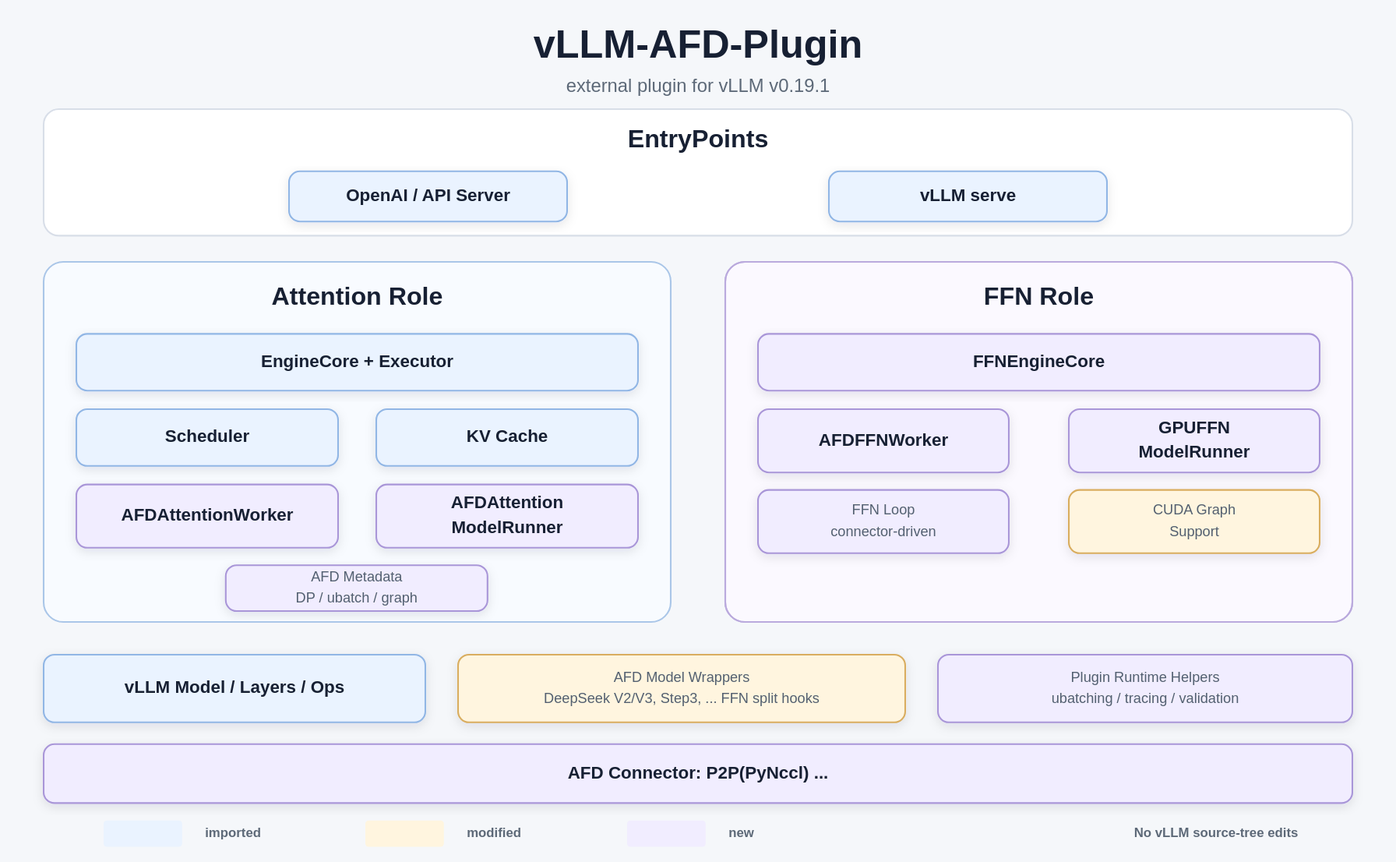
Above: docs/assets/vllm-afd-plugin-architecture.svg in JiusiServe/afd-plugin (draw.io), before the change. Source tidied: cells renumbered, new cells last; positions are measured from the earlier drawing's top-left corner, leaving out a move shared by most shapes.
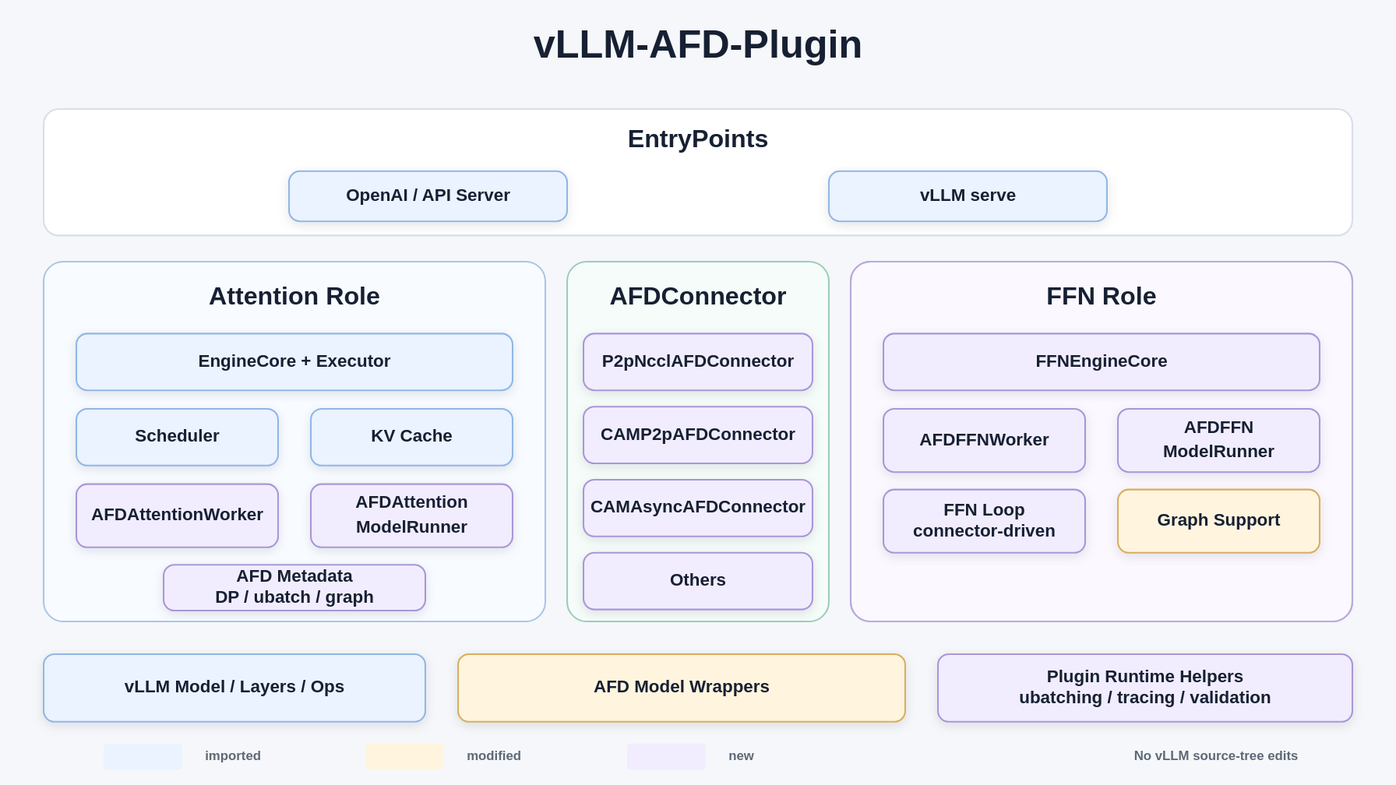
After the commit.

Commit message:
Refresh blog architecture diagram

Change to the diagram source:
```diff
@@ -3,14 +3,11 @@
     <mxCell id="0" />
     <mxCell id="1" parent="0" />
     <mxCell id="2" style="rounded=0;whiteSpace=wrap;html=1;fillColor=#f5f7fa;strokeColor=none;" parent="1" vertex="1">
-      <mxGeometry width="1280" height="790" as="geometry" />
+      <mxGeometry width="1280" height="720" as="geometry" />
     </mxCell>
     <mxCell id="3" value="vLLM-AFD-Plugin" style="text;html=1;strokeColor=none;fillColor=none;align=center;verticalAlign=middle;fontSize=36;fontStyle=1;fontColor=#172033;" parent="1" vertex="1">
       <mxGeometry x="390" y="16" width="500" height="48" as="geometry" />
     </mxCell>
-    <mxCell id="4" value="external plugin for vLLM v0.19.1" style="text;html=1;strokeColor=none;fillColor=none;align=center;verticalAlign=middle;fontSize=17;fontStyle=0;fontColor=#5d6978;" parent="1" vertex="1">
-      <mxGeometry x="390" y="66" width="500" height="24" as="geometry" />
-    </mxCell>
     <mxCell id="5" style="rounded=1;arcSize=12;whiteSpace=wrap;html=1;fillColor=#ffffff;strokeColor=#d8dee8;strokeWidth=1.5;" parent="1" vertex="1">
       <mxGeometry x="40" y="100" width="1200" height="116" as="geometry" />
     </mxCell>
@@ -24,85 +21,100 @@
       <mxGeometry x="760" y="157" width="255" height="46" as="geometry" />
     </mxCell>
     <mxCell id="9" style="rounded=1;arcSize=12;whiteSpace=wrap;html=1;fillColor=#f8fbff;strokeColor=#aac6e8;strokeWidth=1.5;" parent="1" vertex="1">
-      <mxGeometry x="40" y="240" width="575" height="330" as="geometry" />
+      <mxGeometry x="40" y="240" width="460" height="330" as="geometry" />
     </mxCell>
     <mxCell id="10" value="Attention Role" style="text;html=1;strokeColor=none;fillColor=none;align=center;verticalAlign=middle;fontSize=23;fontStyle=1;fontColor=#172033;" parent="1" vertex="1">
-      <mxGeometry x="205" y="252" width="245" height="40" as="geometry" />
+      <mxGeometry x="148" y="252" width="245" height="40" as="geometry" />
     </mxCell>
     <mxCell id="11" value="EngineCore + Executor" style="rounded=1;arcSize=10;whiteSpace=wrap;html=1;fillColor=#eaf3ff;strokeColor=#91b6e5;strokeWidth=1.5;fontSize=16;fontStyle=1;fontColor=#172033;align=center;verticalAlign=middle;" parent="1" vertex="1">
-      <mxGeometry x="70" y="306" width="515" height="52" as="geometry" />
+      <mxGeometry x="70" y="306" width="400" height="52" as="geometry" />
     </mxCell>
     <mxCell id="12" value="Scheduler" style="rounded=1;arcSize=10;whiteSpace=wrap;html=1;fillColor=#eaf3ff;strokeColor=#91b6e5;strokeWidth=1.5;fontSize=16;fontStyle=1;fontColor=#172033;align=center;verticalAlign=middle;" parent="1" vertex="1">
-      <mxGeometry x="70" y="375" width="240" height="52" as="geometry" />
+      <mxGeometry x="70" y="375" width="185" height="52" as="geometry" />
     </mxCell>
     <mxCell id="13" value="KV Cache" style="rounded=1;arcSize=10;whiteSpace=wrap;html=1;fillColor=#eaf3ff;strokeColor=#91b6e5;strokeWidth=1.5;fontSize=16;fontStyle=1;fontColor=#172033;align=center;verticalAlign=middle;" parent="1" vertex="1">
-      <mxGeometry x="345" y="375" width="240" height="52" as="geometry" />
+      <mxGeometry x="285" y="375" width="185" height="52" as="geometry" />
     </mxCell>
     <mxCell id="14" value="AFDAttentionWorker" style="rounded=1;arcSize=10;whiteSpace=wrap;html=1;fillColor=#f1edff;strokeColor=#a996d8;strokeWidth=1.5;fontSize=16;fontStyle=1;fontColor=#172033;align=center;verticalAlign=middle;fontSize=16;" parent="1" vertex="1">
-      <mxGeometry x="70" y="444" width="240" height="58" as="geometry" />
+      <mxGeometry x="70" y="444" width="185" height="58" as="geometry" />
     </mxCell>
     <mxCell id="15" value="AFDAttention&lt;br&gt;ModelRunner" style="rounded=1;arcSize=10;whiteSpace=wrap;html=1;fillColor=#f1edff;strokeColor=#a996d8;strokeWidth=1.5;fontSize=16;fontStyle=1;fontColor=#172033;align=center;verticalAlign=middle;fontSize=16;spacingTop=0;spacingBottom=0;" parent="1" vertex="1">
-      <mxGeometry x="345" y="444" width="240" height="58" as="geometry" />
+      <mxGeometry x="285" y="444" width="185" height="58" as="geometry" />
     </mxCell>
-    <mxCell id="16" value="AFD Metadata&lt;br&gt;DP / ubatch / graph" style="rounded=1;arcSize=10;whiteSpace=wrap;html=1;fillColor=#f1edff;strokeColor=#a996d8;strokeWidth=1.5;fontSize=16;fontStyle=1;fontColor=#172033;align=center;verticalAlign=middle;fontSize=13;spacingTop=0;spacingBottom=0;" parent="1" vertex="1">
-      <mxGeometry x="207" y="518" width="240" height="42" as="geometry" />
+    <mxCell id="16" value="AFD Metadata&lt;br&gt;DP / ubatch / graph" style="rounded=1;arcSize=10;whiteSpace=wrap;html=1;fillColor=#f1edff;strokeColor=#a996d8;strokeWidth=1.5;fontSize=16;fontStyle=1;fontColor=#172033;align=center;verticalAlign=middle;spacingTop=0;spacingBottom=0;" parent="1" vertex="1">
+      <mxGeometry x="150" y="518" width="240" height="42" as="geometry" />
     </mxCell>
+    <mxCell id="36" style="rounded=1;arcSize=12;whiteSpace=wrap;html=1;fillColor=#f6fcf9;strokeColor=#9ccdbb;strokeWidth=1.5;" parent="1" vertex="1">
+      <mxGeometry x="520" y="240" width="240" height="330" as="geometry" />
+    </mxCell>
+    <mxCell id="37" value="AFDConnector" style="text;html=1;strokeColor=none;fillColor=none;align=center;verticalAlign=middle;fontSize=23;fontStyle=1;fontColor=#172033;" parent="1" vertex="1">
+      <mxGeometry x="530" y="252" width="220" height="40" as="geometry" />
+    </mxCell>
     <mxCell id="17" style="rounded=1;arcSize=12;whiteSpace=wrap;html=1;fillColor=#fbf9ff;strokeColor=#baaadd;strokeWidth=1.5;" parent="1" vertex="1">
-      <mxGeometry x="665" y="240" width="575" height="330" as="geometry" />
+      <mxGeometry x="780" y="240" width="460" height="330" as="geometry" />
     </mxCell>
     <mxCell id="18" style="rounded=1;arcSize=12;whiteSpace=wrap;html=1;fillColor=none;strokeColor=#baaadd;strokeWidth=1.5;" parent="1" vertex="1">
-      <mxGeometry x="665" y="240" width="575" height="330" as="geometry" />
+      <mxGeometry x="780" y="240" width="460" height="330" as="geometry" />
     </mxCell>
     <mxCell id="19" value="FFN Role" style="text;html=1;strokeColor=none;fillColor=none;align=center;verticalAlign=middle;fontSize=23;fontStyle=1;fontColor=#172033;" parent="1" vertex="1">
-      <mxGeometry x="830" y="252" width="245" height="40" as="geometry" />
+      <mxGeometry x="888" y="252" width="245" height="40" as="geometry" />
     </mxCell>
     <mxCell id="20" value="FFNEngineCore" style="rounded=1;arcSize=10;whiteSpace=wrap;html=1;fillColor=#f1edff;strokeColor=#a996d8;strokeWidth=1.5;fontSize=16;fontStyle=1;fontColor=#172033;align=center;verticalAlign=middle;" parent="1" vertex="1">
-      <mxGeometry x="695" y="306" width="515" height="52" as="geometry" />
+      <mxGeometry x="810" y="306" width="400" height="52" as="geometry" />
     </mxCell>
     <mxCell id="21" value="AFDFFNWorker" style="rounded=1;arcSize=10;whiteSpace=wrap;html=1;fillColor=#f1edff;strokeColor=#a996d8;strokeWidth=1.5;fontSize=16;fontStyle=1;fontColor=#172033;align=center;verticalAlign=middle;fontSize=16;" parent="1" vertex="1">
-      <mxGeometry x="695" y="375" width="230" height="58" as="geometry" />
+      <mxGeometry x="810" y="375" width="185" height="58" as="geometry" />
     </mxCell>
-    <mxCell id="22" value="GPUFFN&lt;br&gt;ModelRunner" style="rounded=1;arcSize=10;whiteSpace=wrap;html=1;fillColor=#f1edff;strokeColor=#a996d8;strokeWidth=1.5;fontSize=16;fontStyle=1;fontColor=#172033;align=center;verticalAlign=middle;fontSize=16;spacingTop=0;spacingBottom=0;" parent="1" vertex="1">
-      <mxGeometry x="980" y="375" width="230" height="58" as="geometry" />
+    <mxCell id="22" value="AFDFFN&lt;br&gt;ModelRunner" style="rounded=1;arcSize=10;whiteSpace=wrap;html=1;fillColor=#f1edff;strokeColor=#a996d8;strokeWidth=1.5;fontSize=16;fontStyle=1;fontColor=#172033;align=center;verticalAlign=middle;spacingTop=0;spacingBottom=0;" parent="1" vertex="1">
+      <mxGeometry x="1025" y="375" width="185" height="58" as="geometry" />
     </mxCell>
-    <mxCell id="23" value="FFN Loop&lt;br&gt;connector-driven" style="rounded=1;arcSize=10;whiteSpace=wrap;html=1;fillColor=#f1edff;strokeColor=#a996d8;strokeWidth=1.5;fontSize=16;fontStyle=1;fontColor=#172033;align=center;verticalAlign=middle;fontSize=13;spacingTop=0;spacingBottom=0;" parent="1" vertex="1">
-      <mxGeometry x="695" y="449" width="230" height="58" as="geometry" />
+    <mxCell id="23" value="FFN Loop&lt;br&gt;connector-driven" style="rounded=1;arcSize=10;whiteSpace=wrap;html=1;fillColor=#f1edff;strokeColor=#a996d8;strokeWidth=1.5;fontSize=16;fontStyle=1;fontColor=#172033;align=center;verticalAlign=middle;spacingTop=0;spacingBottom=0;" parent="1" vertex="1">
+      <mxGeometry x="810" y="449" width="185" height="58" as="geometry" />
     </mxCell>
-    <mxCell id="24" value="CUDA Graph&lt;br&gt;Support" style="rounded=1;arcSize=10;whiteSpace=wrap;html=1;fillColor=#fff5df;strokeColor=#d9ad5f;strokeWidth=1.5;fontSize=16;fontStyle=1;fontColor=#172033;align=center;verticalAlign=middle;fontSize=13;spacingTop=0;spacingBottom=0;" parent="1" vertex="1">
-      <mxGeometry x="980" y="449" width="230" height="58" as="geometry" />
+    <mxCell id="24" value="Graph Support" style="rounded=1;arcSize=10;whiteSpace=wrap;html=1;fillColor=#fff5df;strokeColor=#d9ad5f;strokeWidth=1.5;fontSize=16;fontStyle=1;fontColor=#172033;align=center;verticalAlign=middle;spacingTop=0;spacingBottom=0;" parent="1" vertex="1">
+      <mxGeometry x="1025" y="449" width="185" height="58" as="geometry" />
     </mxCell>
     <mxCell id="25" value="vLLM Model / Layers / Ops" style="rounded=1;arcSize=10;whiteSpace=wrap;html=1;fillColor=#eaf3ff;strokeColor=#91b6e5;strokeWidth=1.5;fontSize=16;fontStyle=1;fontColor=#172033;align=center;verticalAlign=middle;" parent="1" vertex="1">
       <mxGeometry x="40" y="600" width="350" height="62" as="geometry" />
     </mxCell>
-    <mxCell id="26" value="AFD Model Wrappers&lt;br&gt;DeepSeek V2/V3, Step3, ... FFN split hooks" style="rounded=1;arcSize=10;whiteSpace=wrap;html=1;fillColor=#fff5df;strokeColor=#d9ad5f;strokeWidth=1.5;fontSize=16;fontStyle=1;fontColor=#172033;align=center;verticalAlign=middle;fontSize=13;spacingTop=0;spacingBottom=0;" parent="1" vertex="1">
+    <mxCell id="26" value="AFD Model Wrappers" style="rounded=1;arcSize=10;whiteSpace=wrap;html=1;fillColor=#fff5df;strokeColor=#d9ad5f;strokeWidth=1.5;fontSize=16;fontStyle=1;fontColor=#172033;align=center;verticalAlign=middle;spacingTop=0;spacingBottom=0;" parent="1" vertex="1">
       <mxGeometry x="420" y="600" width="410" height="62" as="geometry" />
     </mxCell>
-    <mxCell id="27" value="Plugin Runtime Helpers&lt;br&gt;ubatching / tracing / validation" style="rounded=1;arcSize=10;whiteSpace=wrap;html=1;fillColor=#f1edff;strokeColor=#a996d8;strokeWidth=1.5;fontSize=16;fontStyle=1;fontColor=#172033;align=center;verticalAlign=middle;fontSize=13;spacingTop=0;spacingBottom=0;" parent="1" vertex="1">
+    <mxCell id="27" value="Plugin Runtime Helpers&lt;br&gt;ubatching / tracing / validation" style="rounded=1;arcSize=10;whiteSpace=wrap;html=1;fillColor=#f1edff;strokeColor=#a996d8;strokeWidth=1.5;fontSize=16;fontStyle=1;fontColor=#172033;align=center;verticalAlign=middle;spacingTop=0;spacingBottom=0;" parent="1" vertex="1">
       <mxGeometry x="860" y="600" width="380" height="62" as="geometry" />
     </mxCell>
-    <mxCell id="28" value="AFD Connector: P2P(PyNccl) ..." style="rounded=1;arcSize=10;whiteSpace=wrap;html=1;fillColor=#f1edff;strokeColor=#a996d8;strokeWidth=1.5;fontSize=16;fontStyle=1;fontColor=#172033;align=center;verticalAlign=middle;" parent="1" vertex="1">
-      <mxGeometry x="40" y="682" width="1200" height="54" as="geometry" />
-    </mxCell>
+    <mxCell id="38" value="P2pNcclAFDConnector" style="rounded=1;arcSize=10;whiteSpace=wrap;html=1;fillColor=#f1edff;strokeColor=#a996d8;strokeWidth=1.5;fontSize=16;fontStyle=1;fontColor=#172033;align=center;verticalAlign=middle;" parent="1" vertex="1">
+      <mxGeometry x="535" y="306" width="210" height="52" as="geometry" />
+    </mxCell>
+    <mxCell id="39" value="CAMP2pAFDConnector" style="rounded=1;arcSize=10;whiteSpace=wrap;html=1;fillColor=#f1edff;strokeColor=#a996d8;strokeWidth=1.5;fontSize=16;fontStyle=1;fontColor=#172033;align=center;verticalAlign=middle;" parent="1" vertex="1">
+      <mxGeometry x="535" y="373" width="210" height="52" as="geometry" />
+    </mxCell>
+    <mxCell id="40" value="CAMAsyncAFDConnector" style="rounded=1;arcSize=10;whiteSpace=wrap;html=1;fillColor=#f1edff;strokeColor=#a996d8;strokeWidth=1.5;fontSize=16;fontStyle=1;fontColor=#172033;align=center;verticalAlign=middle;" parent="1" vertex="1">
+      <mxGeometry x="535" y="440" width="210" height="52" as="geometry" />
+    </mxCell>
+    <mxCell id="41" value="Others" style="rounded=1;arcSize=10;whiteSpace=wrap;html=1;fillColor=#f1edff;strokeColor=#a996d8;strokeWidth=1.5;fontSize=16;fontStyle=1;fontColor=#172033;align=center;verticalAlign=middle;" parent="1" vertex="1">
+      <mxGeometry x="535" y="507" width="210" height="52" as="geometry" />
+    </mxCell>
     <mxCell id="29" style="rounded=0;whiteSpace=wrap;html=1;fillColor=#eaf3ff;strokeColor=none;" parent="1" vertex="1">
-      <mxGeometry x="95" y="752" width="72" height="24" as="geometry" />
+      <mxGeometry x="95" y="682" width="72" height="24" as="geometry" />
     </mxCell>
     <mxCell id="30" value="imported" style="text;html=1;strokeColor=none;fillColor=none;align=left;verticalAlign=middle;fontSize=12;fontStyle=1;fontColor=#5d6978;" parent="1" vertex="1">
-      <mxGeometry x="188" y="747" width="135" height="34" as="geometry" />
+      <mxGeometry x="188" y="677" width="135" height="34" as="geometry" />
     </mxCell>
     <mxCell id="31" style="rounded=0;whiteSpace=wrap;html=1;fillColor=#fff5df;strokeColor=none;" parent="1" vertex="1">
-      <mxGeometry x="335" y="752" width="72" height="24" as="geometry" />
+      <mxGeometry x="335" y="682" width="72" height="24" as="geometry" />
     </mxCell>
     <mxCell id="32" value="modified" style="text;html=1;strokeColor=none;fillColor=none;align=left;verticalAlign=middle;fontSize=12;fontStyle=1;fontColor=#5d6978;" parent="1" vertex="1">
-      <mxGeometry x="428" y="747" width="135" height="34" as="geometry" />
+      <mxGeometry x="428" y="677" width="135" height="34" as="geometry" />
     </mxCell>
     <mxCell id="33" style="rounded=0;whiteSpace=wrap;html=1;fillColor=#f1edff;strokeColor=none;" parent="1" vertex="1">
-      <mxGeometry x="575" y="752" width="72" height="24" as="geometry" />
+      <mxGeometry x="575" y="682" width="72" height="24" as="geometry" />
     </mxCell>
     <mxCell id="34" value="new" style="text;html=1;strokeColor=none;fillColor=none;align=left;verticalAlign=middle;fontSize=12;fontStyle=1;fontColor=#5d6978;" parent="1" vertex="1">
-      <mxGeometry x="668" y="747" width="80" height="34" as="geometry" />
+      <mxGeometry x="668" y="677" width="80" height="34" as="geometry" />
     </mxCell>
     <mxCell id="35" value="No vLLM source-tree edits" style="text;html=1;strokeColor=none;fillColor=none;align=center;verticalAlign=middle;fontSize=12;fontStyle=1;fontColor=#5d6978;" parent="1" vertex="1">
-      <mxGeometry x="1000" y="750" width="230" height="28" as="geometry" />
+      <mxGeometry x="1000" y="680" width="230" height="28" as="geometry" />
     </mxCell>
   </root>
 </mxGraphModel>
```
